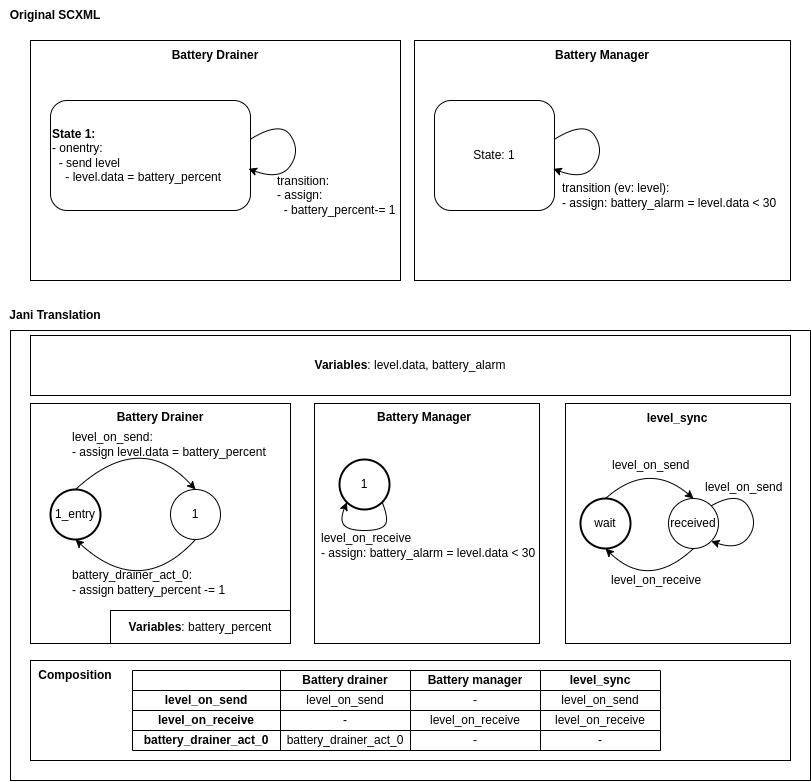
Before: docs/source/graphics/scxml_to_jani.drawio.png, a diagram exported from draw.io (convince-project/AS2FM). Source tidied: cells renumbered, new cells last; positions are measured from the earlier drawing's top-left corner, leaving out a move shared by most shapes.
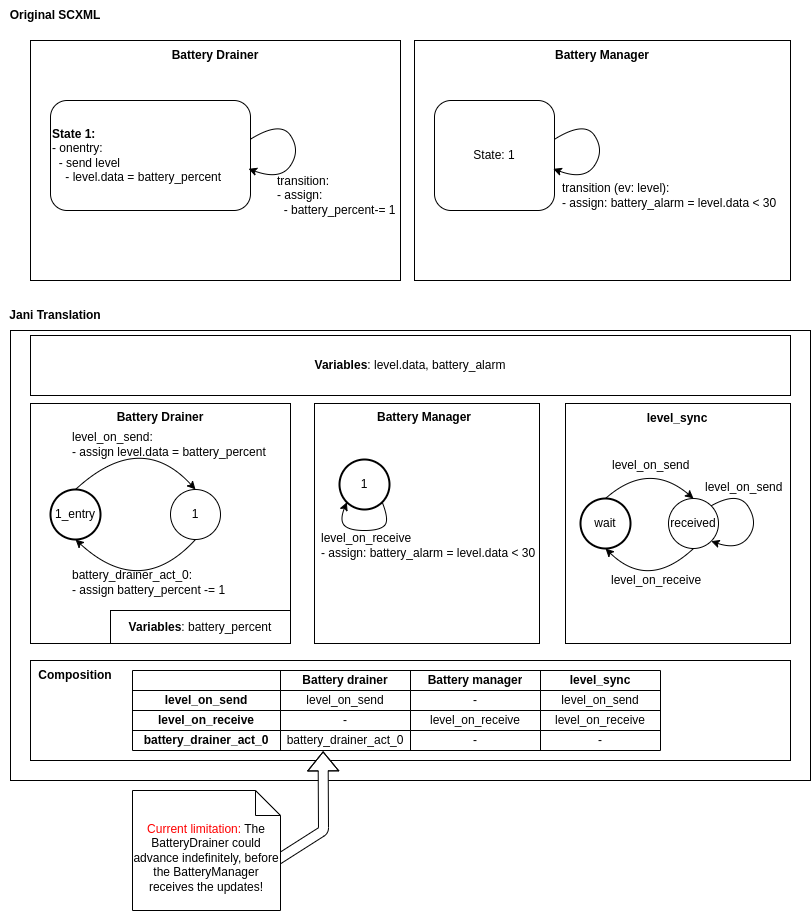
Above is the later version.

Commit message:
Update documentation diagrams and add todo in translation

The edit, as a diff of the source:
```diff
@@ -226,5 +226,15 @@
     <mxCell id="62" value="-" style="shape=partialRectangle;html=1;whiteSpace=wrap;overflow=hidden;fillColor=none;top=0;left=0;bottom=0;right=0;strokeWidth=1;fontFamily=Helvetica;" parent="58" vertex="1">
       <mxGeometry x="408" width="120" height="20" as="geometry" />
     </mxCell>
+    <mxCell id="63" style="shape=flexArrow;endArrow=classic;html=1;entryX=0.361;entryY=1.045;entryDx=0;entryDy=0;entryPerimeter=0;fillColor=default;exitX=0;exitY=0;exitDx=140;exitDy=72.5;exitPerimeter=0;" parent="1" edge="1" source="64" target="58">
+      <mxGeometry relative="1" as="geometry">
+        <Array as="points">
+          <mxPoint x="323" y="830" />
+        </Array>
+      </mxGeometry>
+    </mxCell>
+    <mxCell id="64" value="&lt;font color=&quot;#ff0000&quot;&gt;Current limitation:&lt;/font&gt; The BatteryDrainer could advance indefinitely, before the BatteryManager receives the updates!" style="shape=note2;boundedLbl=1;whiteSpace=wrap;html=1;size=25;verticalAlign=top;align=center;" parent="1" vertex="1">
+      <mxGeometry x="132" y="790" width="148" height="120" as="geometry" />
+    </mxCell>
   </root>
 </mxGraphModel>
```
